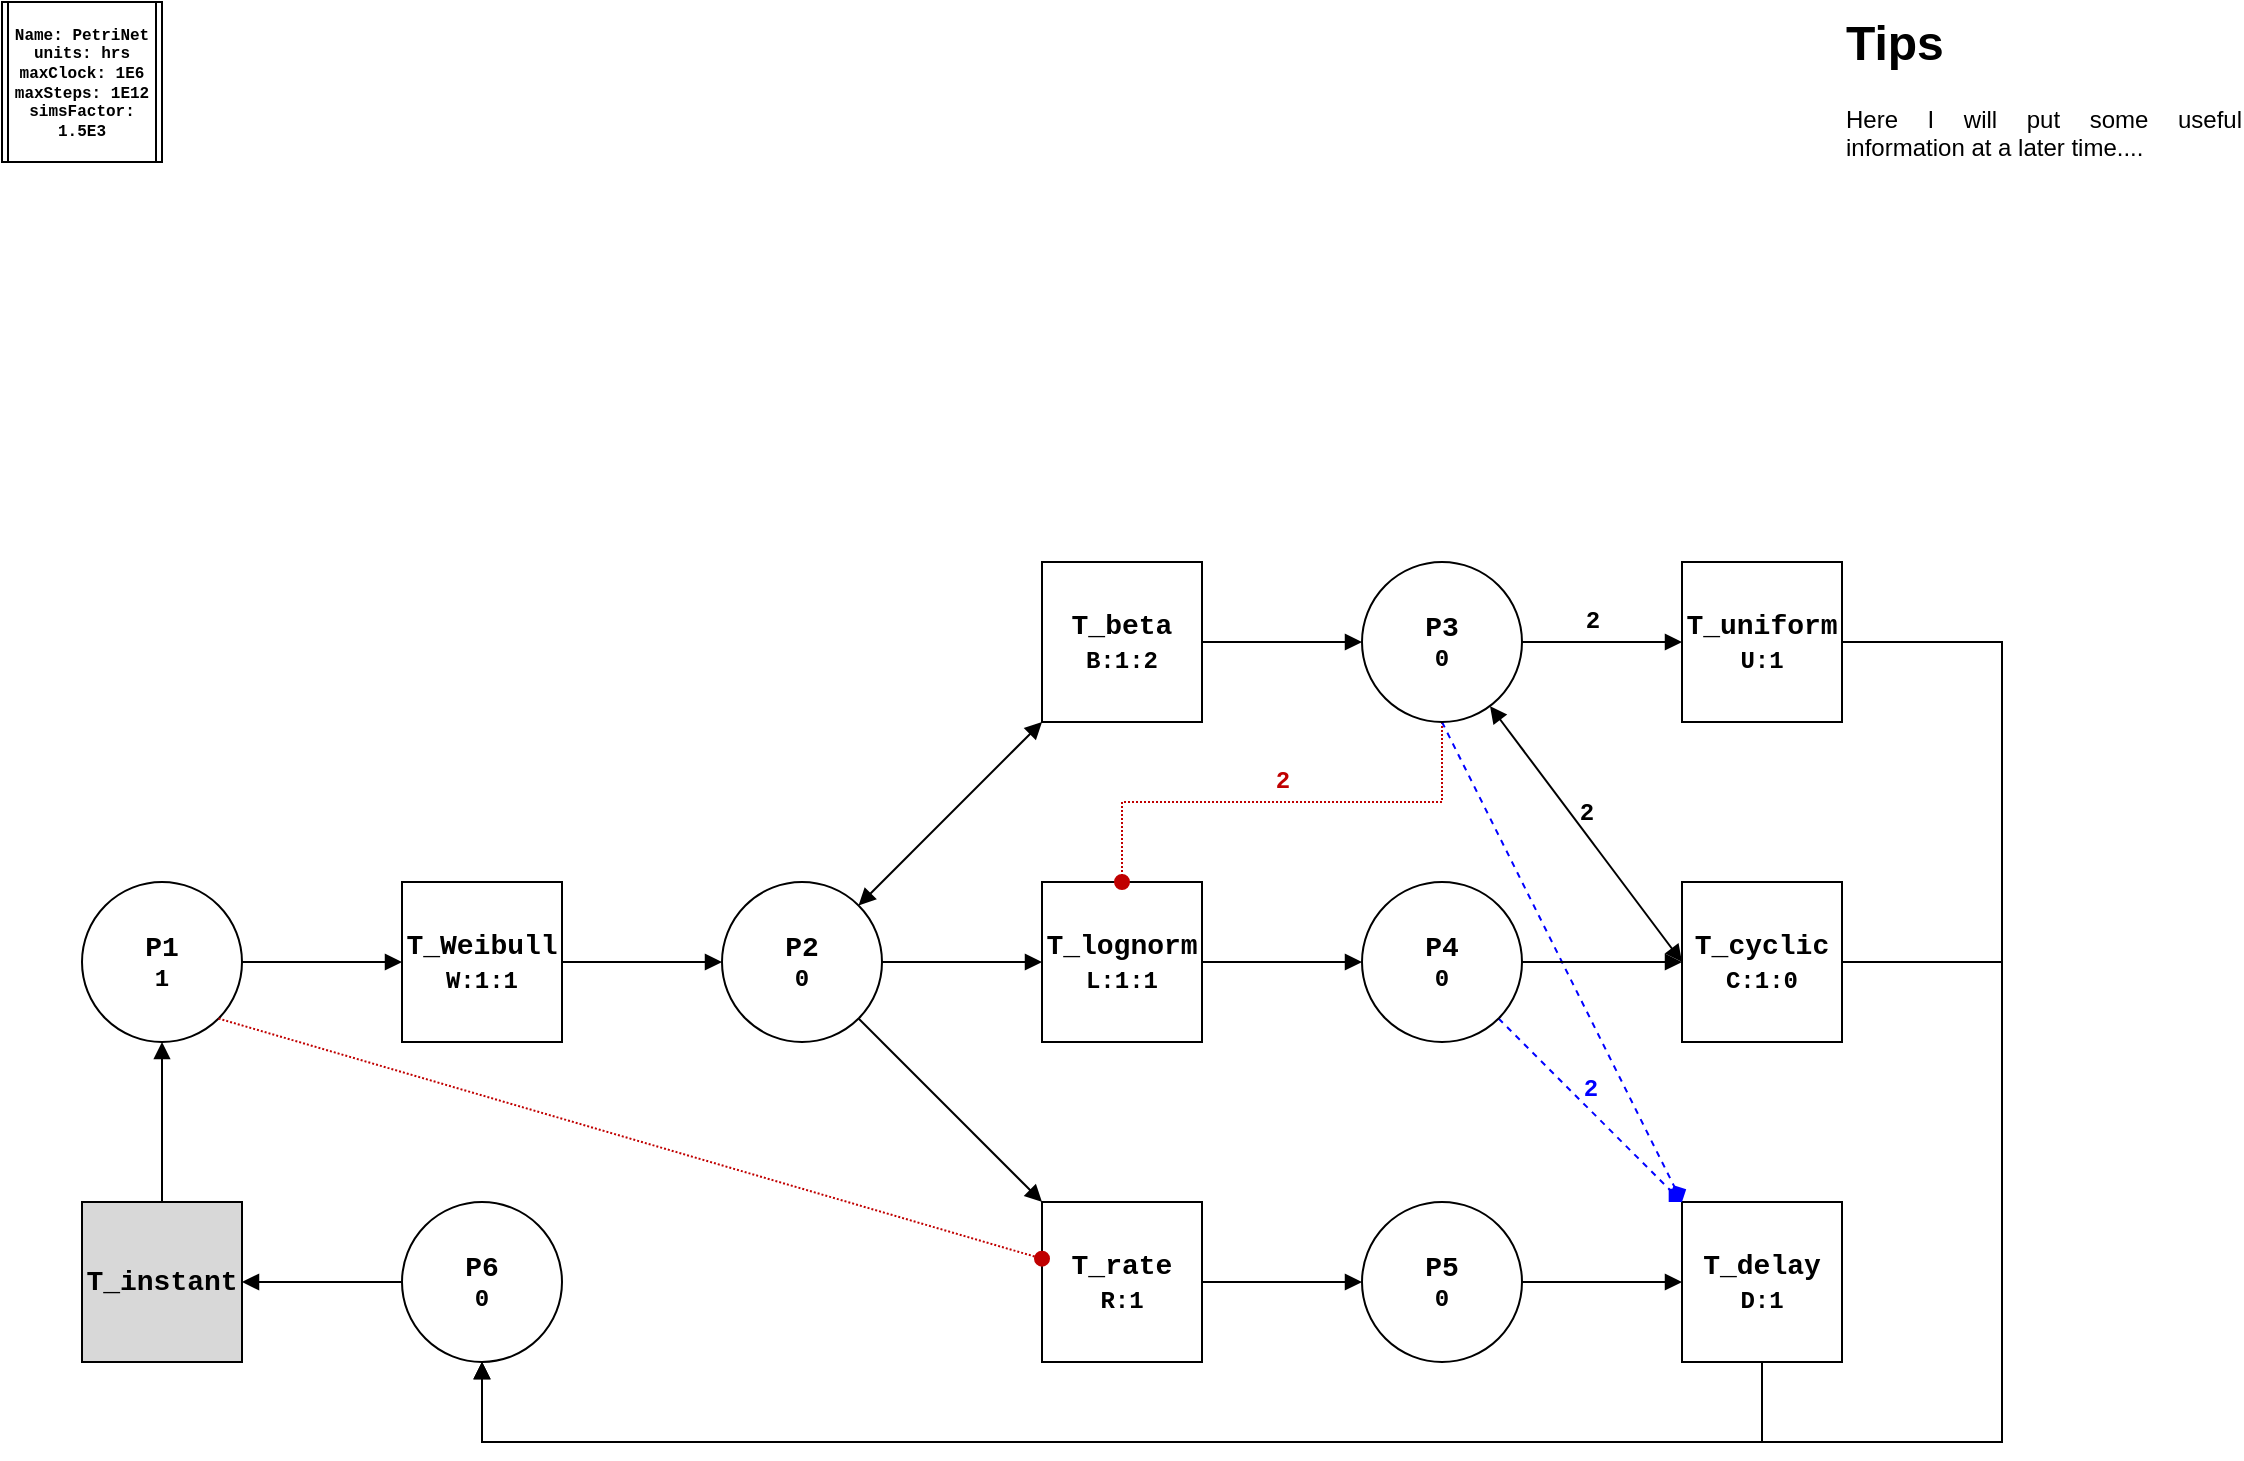
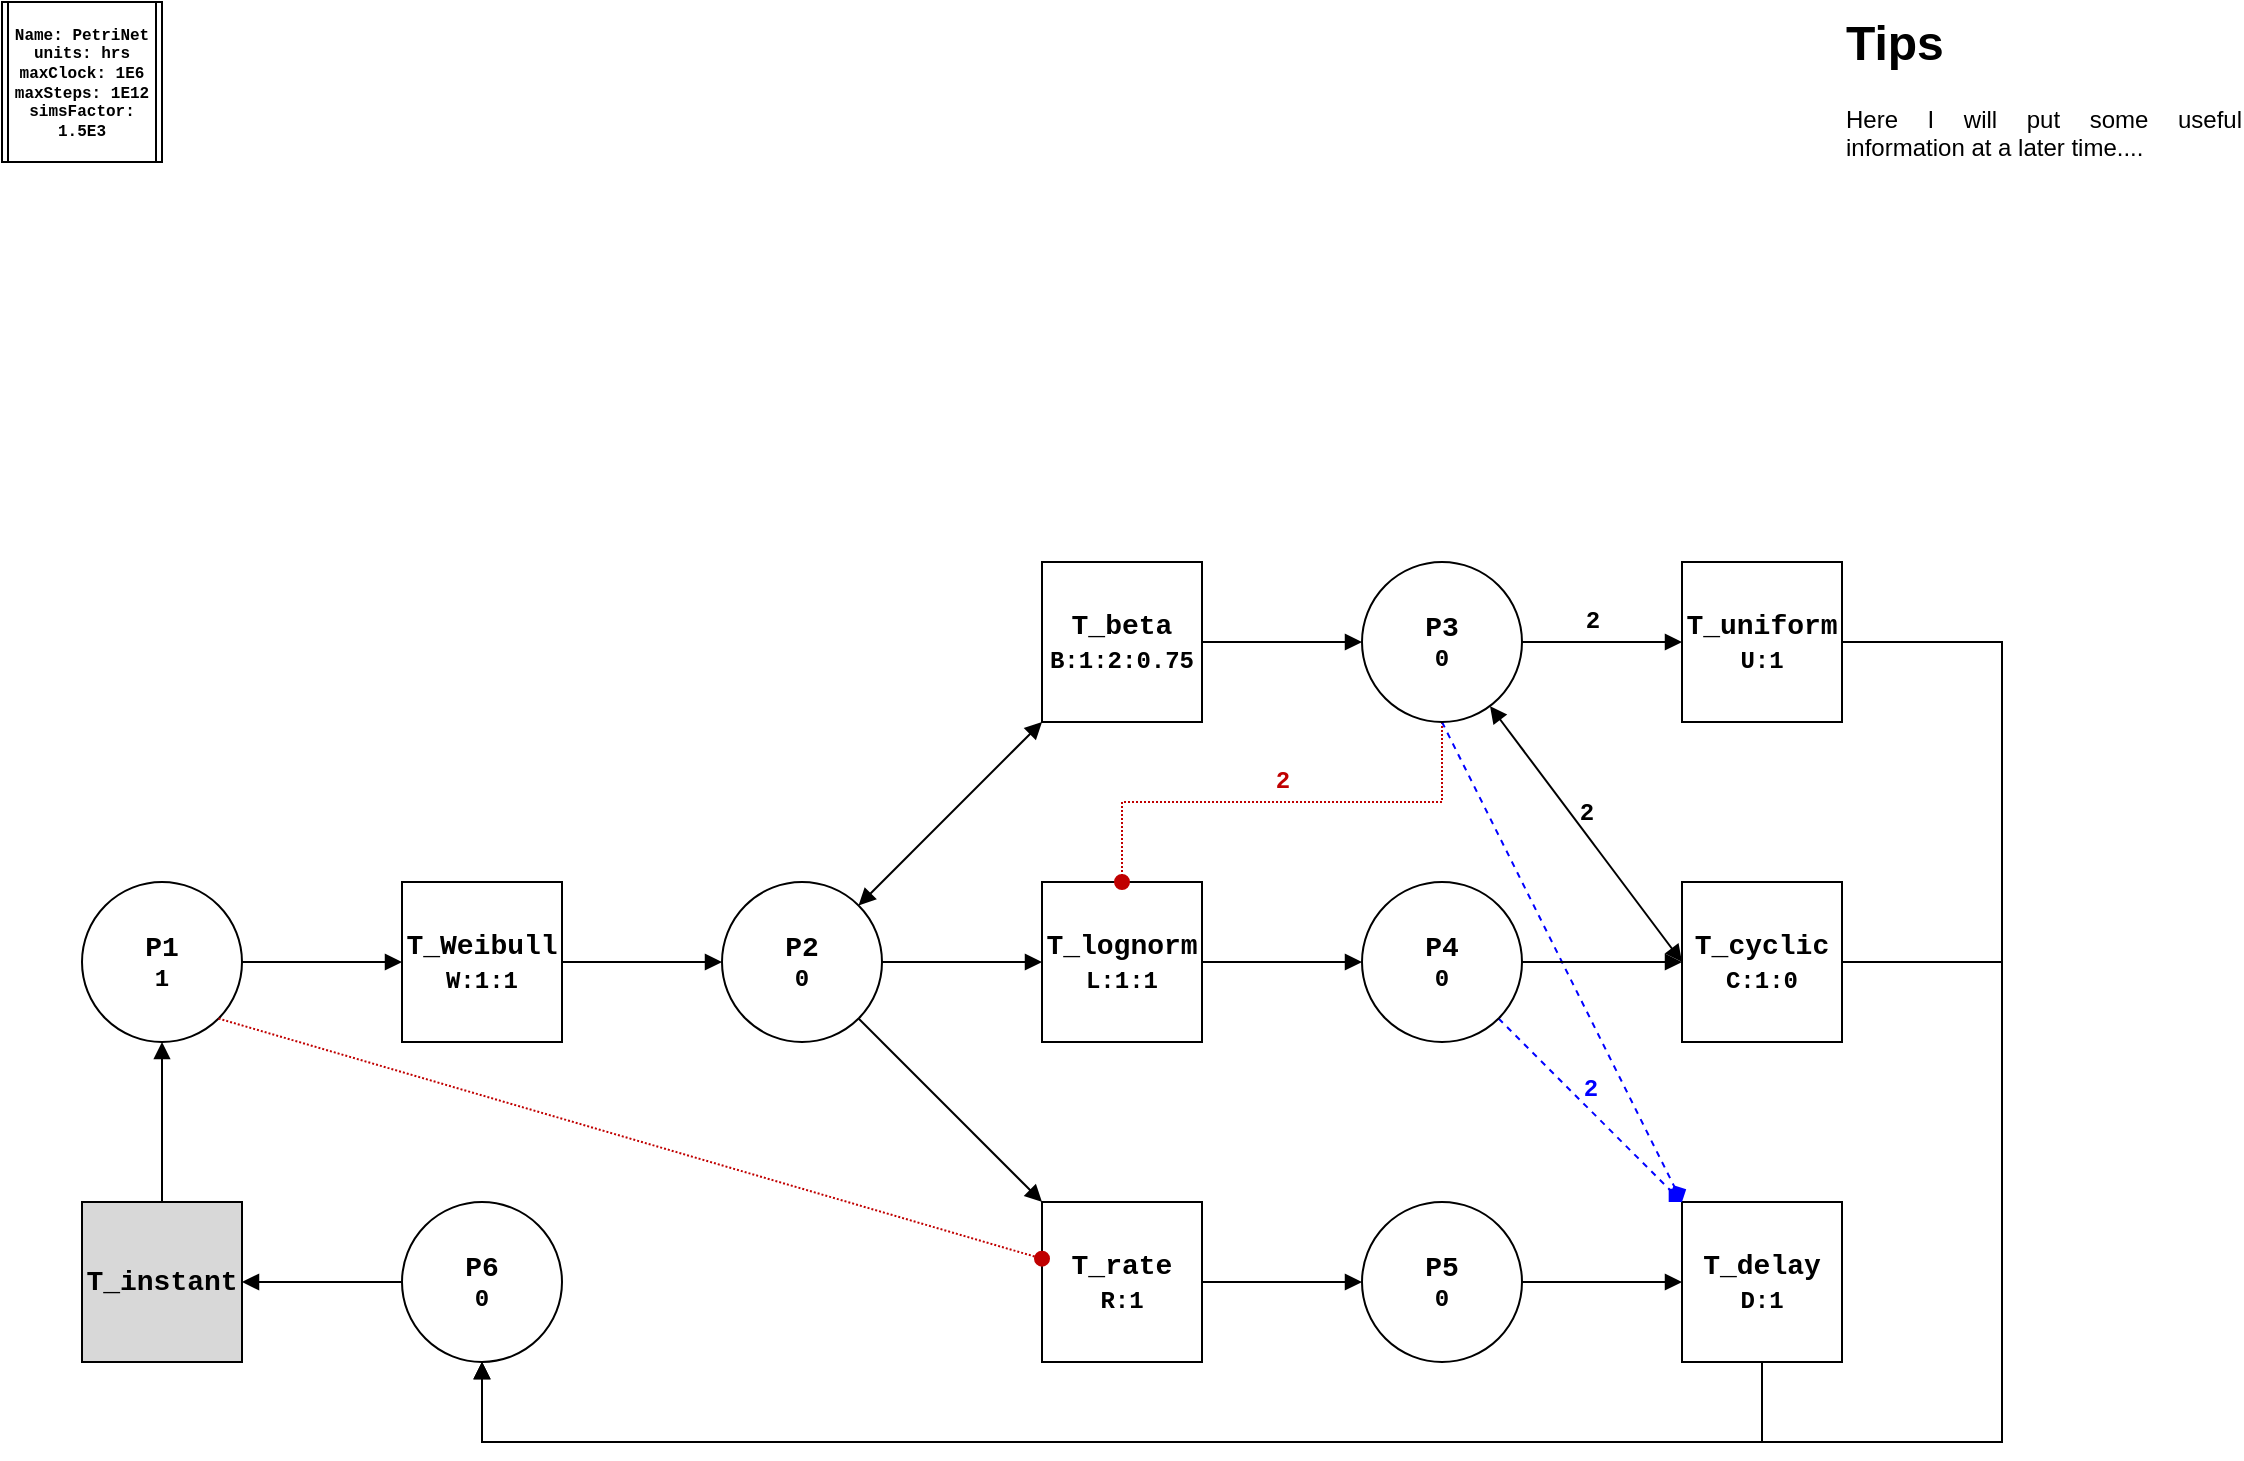
<mxfile host="Electron" agent="Mozilla/5.0 (X11; Linux x86_64) AppleWebKit/537.36 (KHTML, like Gecko) draw.io/29.6.6 Chrome/144.0.7559.236 Electron/40.8.4 Safari/537.36">
  <diagram name="Page-1" id="w09R0wPlkSaECLNgurl3">
-     <mxGraphModel dx="1258" dy="1424" grid="1" gridSize="10" guides="1" tooltips="1" connect="1" arrows="1" fold="1" page="1" pageScale="1" pageWidth="1169" pageHeight="827" math="0" shadow="0">
+     <mxGraphModel dx="1212" dy="736" grid="1" gridSize="10" guides="1" tooltips="1" connect="1" arrows="1" fold="1" page="1" pageScale="1" pageWidth="1169" pageHeight="827" math="0" shadow="0">
      <root>
        <mxCell id="0" />
        <mxCell id="1" parent="0" />
        <object label="&lt;span style=&quot;background-color: light-dark(#ffffff, var(--ge-dark-color, #121212));&quot;&gt;&lt;font style=&quot;font-size: 14px;&quot;&gt;%name%&lt;/font&gt;&lt;/span&gt;&lt;div&gt;%tokens%&lt;/div&gt;" placeholders="1" type="place" name="P1" tokens="1" min="None" max="None" limits="None" id="AhunuUh0luzD3hoNHjrG-19">
          <mxCell parent="1" style="ellipse;whiteSpace=wrap;html=1;aspect=fixed;fontFamily=Courier New;fontStyle=1" vertex="1">
            <mxGeometry height="80" width="80" x="80" y="480" as="geometry" />
          </mxCell>
        </object>
-         <object label="%name%" placeholders="1" type="transition" name="T_instant" maxFire="10" reset="P5" id="AhunuUh0luzD3hoNHjrG-21">
+         <object label="%name%" placeholders="1" type="transition" name="T_instant" maxFire="10" reset="P5" vote="None" id="AhunuUh0luzD3hoNHjrG-21">
          <mxCell parent="1" style="whiteSpace=wrap;html=1;aspect=fixed;fontFamily=Courier New;fontStyle=1;fontSize=14;fillColor=#D8D8D8;" vertex="1">
            <mxGeometry height="80" width="80" x="80" y="640" as="geometry" />
          </mxCell>
        </object>
-         <object label="%name%&lt;div&gt;&lt;font style=&quot;font-size: 12px;&quot;&gt;W:%weibull%&lt;/font&gt;&lt;/div&gt;" placeholders="1" type="transition" name="T_Weibull" maxFire="None" reset="None" weibull="1:1" id="AhunuUh0luzD3hoNHjrG-23">
+         <object label="%name%&lt;div&gt;&lt;font style=&quot;font-size: 12px;&quot;&gt;W:%weibull%&lt;/font&gt;&lt;/div&gt;" placeholders="1" type="transition" name="T_Weibull" maxFire="" reset="" weibull="1:1" vote="" id="AhunuUh0luzD3hoNHjrG-23">
          <mxCell parent="1" style="whiteSpace=wrap;html=1;aspect=fixed;fontFamily=Courier New;fontStyle=1;fontSize=14;" vertex="1">
            <mxGeometry height="80" width="80" x="240" y="480" as="geometry" />
          </mxCell>
        </object>
-         <object label="%name%&lt;div&gt;&lt;font style=&quot;font-size: 12px;&quot;&gt;L:%lognorm%&lt;/font&gt;&lt;/div&gt;" placeholders="1" type="transition" name="T_lognorm" maxFire="None" reset="None" lognorm="1:1" id="AhunuUh0luzD3hoNHjrG-24">
+         <object label="%name%&lt;div&gt;&lt;font style=&quot;font-size: 12px;&quot;&gt;L:%lognorm%&lt;/font&gt;&lt;/div&gt;" placeholders="1" type="transition" name="T_lognorm" maxFire="None" reset="None" lognorm="1:1" vote="None" id="AhunuUh0luzD3hoNHjrG-24">
          <mxCell parent="1" style="whiteSpace=wrap;html=1;aspect=fixed;fontFamily=Courier New;fontStyle=1;fontSize=14;" vertex="1">
            <mxGeometry height="80" width="80" x="560" y="480" as="geometry" />
          </mxCell>
        </object>
-         <object label="%name%&lt;div&gt;&lt;font style=&quot;font-size: 12px;&quot;&gt;U:%uniform%&lt;/font&gt;&lt;/div&gt;" placeholders="1" type="transition" name="T_uniform" maxFire="None" reset="None" uniform="1" id="AhunuUh0luzD3hoNHjrG-25">
+         <object label="%name%&lt;div&gt;&lt;font style=&quot;font-size: 12px;&quot;&gt;U:%uniform%&lt;/font&gt;&lt;/div&gt;" placeholders="1" type="transition" name="T_uniform" maxFire="" reset="" uniform="1" vote="" id="AhunuUh0luzD3hoNHjrG-25">
          <mxCell parent="1" style="whiteSpace=wrap;html=1;aspect=fixed;fontFamily=Courier New;fontStyle=1;fontSize=14;" vertex="1">
            <mxGeometry height="80" width="80" x="880" y="320" as="geometry" />
          </mxCell>
        </object>
-         <object label="%name%&lt;div&gt;&lt;font style=&quot;font-size: 12px;&quot;&gt;D:%delay%&lt;/font&gt;&lt;/div&gt;" placeholders="1" type="transition" name="T_delay" maxFire="None" reset="None" delay="1" id="AhunuUh0luzD3hoNHjrG-26">
+         <object label="%name%&lt;div&gt;&lt;font style=&quot;font-size: 12px;&quot;&gt;D:%delay%&lt;/font&gt;&lt;/div&gt;" placeholders="1" type="transition" name="T_delay" maxFire="None" reset="None" delay="1" vote="None" id="AhunuUh0luzD3hoNHjrG-26">
          <mxCell parent="1" style="whiteSpace=wrap;html=1;aspect=fixed;fontFamily=Courier New;fontStyle=1;fontSize=14;" vertex="1">
            <mxGeometry height="80" width="80" x="880" y="640" as="geometry" />
          </mxCell>
        </object>
-         <object label="%name%&lt;div&gt;&lt;font style=&quot;font-size: 12px;&quot;&gt;R:%rate%&lt;/font&gt;&lt;/div&gt;" placeholders="1" type="transition" name="T_rate" maxFire="None" reset="None" rate="1" id="AhunuUh0luzD3hoNHjrG-27">
+         <object label="%name%&lt;div&gt;&lt;font style=&quot;font-size: 12px;&quot;&gt;R:%rate%&lt;/font&gt;&lt;/div&gt;" placeholders="1" type="transition" name="T_rate" maxFire="None" reset="None" rate="1" vote="None" id="AhunuUh0luzD3hoNHjrG-27">
          <mxCell parent="1" style="whiteSpace=wrap;html=1;aspect=fixed;fontFamily=Courier New;fontStyle=1;fontSize=14;" vertex="1">
            <mxGeometry height="80" width="80" x="560" y="640" as="geometry" />
          </mxCell>
        </object>
-         <object label="%name%&lt;div&gt;&lt;font style=&quot;font-size: 12px;&quot;&gt;B:%beta%&lt;/font&gt;&lt;/div&gt;" placeholders="1" type="transition" name="T_beta" maxFire="None" reset="None" beta="1:2" id="AhunuUh0luzD3hoNHjrG-28">
+         <object label="%name%&lt;div&gt;&lt;font style=&quot;font-size: 12px;&quot;&gt;B:%beta%&lt;/font&gt;&lt;/div&gt;" placeholders="1" type="transition" name="T_beta" maxFire="" reset="" beta="1:2:0.75" vote="1" id="AhunuUh0luzD3hoNHjrG-28">
          <mxCell parent="1" style="whiteSpace=wrap;html=1;aspect=fixed;fontFamily=Courier New;fontStyle=1;fontSize=14;" vertex="1">
            <mxGeometry height="80" width="80" x="560" y="320" as="geometry" />
          </mxCell>
        </object>
-         <object label="%name%&lt;div&gt;&lt;font style=&quot;font-size: 12px;&quot;&gt;C:%cyclic%&lt;/font&gt;&lt;/div&gt;" placeholders="1" type="transition" name="T_cyclic" maxFire="None" reset="None" cyclic="1:0" id="AhunuUh0luzD3hoNHjrG-29">
+         <object label="%name%&lt;div&gt;&lt;font style=&quot;font-size: 12px;&quot;&gt;C:%cyclic%&lt;/font&gt;&lt;/div&gt;" placeholders="1" type="transition" name="T_cyclic" maxFire="None" reset="None" cyclic="1:0" vote="None" id="AhunuUh0luzD3hoNHjrG-29">
          <mxCell parent="1" style="whiteSpace=wrap;html=1;aspect=fixed;fontFamily=Courier New;fontStyle=1;fontSize=14;" vertex="1">
            <mxGeometry height="80" width="80" x="880" y="480" as="geometry" />
          </mxCell>
        </object>
        <object label="" placeholders="1" type="std" id="AhunuUh0luzD3hoNHjrG-30">
          <mxCell edge="1" parent="1" source="wsM1szZGNflLg2N1G0hv-8" style="endArrow=block;html=1;rounded=0;fontFamily=Courier New;fontStyle=1;fontSize=12;endFill=1;entryX=0;entryY=0.5;entryDx=0;entryDy=0;exitX=0.875;exitY=0.5;exitDx=0;exitDy=0;exitPerimeter=0;" target="AhunuUh0luzD3hoNHjrG-25">
            <mxGeometry relative="1" as="geometry">
              <mxPoint x="40" y="199.43" as="sourcePoint" />
              <mxPoint x="850" y="300" as="targetPoint" />
            </mxGeometry>
          </mxCell>
        </object>
        <object label="%weight%" placeholders="1" weight="2" id="AhunuUh0luzD3hoNHjrG-31">
          <mxCell connectable="0" parent="AhunuUh0luzD3hoNHjrG-30" style="edgeLabel;resizable=0;html=1;;align=center;verticalAlign=middle;labelBackgroundColor=none;fontFamily=Courier New;fontStyle=1;fontSize=12;" vertex="1">
            <mxGeometry relative="1" as="geometry">
              <mxPoint y="-10" as="offset" />
            </mxGeometry>
          </mxCell>
        </object>
        <object label="" placeholders="1" type="tst" id="AhunuUh0luzD3hoNHjrG-36">
          <mxCell edge="1" parent="1" source="wsM1szZGNflLg2N1G0hv-1" style="endArrow=block;html=1;rounded=0;fontFamily=Courier New;fontStyle=1;fontSize=12;endFill=1;startArrow=block;startFill=1;" target="AhunuUh0luzD3hoNHjrG-28">
            <mxGeometry relative="1" as="geometry">
              <mxPoint x="40" y="239.71" as="sourcePoint" />
              <mxPoint x="120" y="240" as="targetPoint" />
            </mxGeometry>
          </mxCell>
        </object>
        <object label="%weight%" placeholders="1" weight="" id="AhunuUh0luzD3hoNHjrG-37">
          <mxCell connectable="0" parent="AhunuUh0luzD3hoNHjrG-36" style="edgeLabel;resizable=0;html=1;;align=center;verticalAlign=middle;labelBackgroundColor=none;fontFamily=Courier New;fontStyle=1;fontSize=12;" vertex="1">
            <mxGeometry relative="1" as="geometry">
              <mxPoint y="-10" as="offset" />
            </mxGeometry>
          </mxCell>
        </object>
        <object label="" placeholders="1" type="tst" id="AhunuUh0luzD3hoNHjrG-40">
          <mxCell edge="1" parent="1" source="wsM1szZGNflLg2N1G0hv-8" style="endArrow=block;html=1;rounded=0;fontFamily=Courier New;fontStyle=1;fontSize=12;endFill=1;startArrow=block;startFill=1;entryX=0;entryY=0.5;entryDx=0;entryDy=0;" target="AhunuUh0luzD3hoNHjrG-29">
            <mxGeometry relative="1" as="geometry">
              <mxPoint x="250" y="340" as="sourcePoint" />
              <mxPoint x="330" y="340.57" as="targetPoint" />
            </mxGeometry>
          </mxCell>
        </object>
        <object label="%weight%" placeholders="1" weight="2" id="AhunuUh0luzD3hoNHjrG-41">
          <mxCell connectable="0" parent="AhunuUh0luzD3hoNHjrG-40" style="edgeLabel;resizable=0;html=1;;align=center;verticalAlign=middle;labelBackgroundColor=none;fontFamily=Courier New;fontStyle=1;fontSize=12;" vertex="1">
            <mxGeometry relative="1" as="geometry">
              <mxPoint y="-10" as="offset" />
            </mxGeometry>
          </mxCell>
        </object>
        <object label="" placeholders="1" type="inh" id="AhunuUh0luzD3hoNHjrG-44">
          <mxCell edge="1" parent="1" source="wsM1szZGNflLg2N1G0hv-8" style="endArrow=oval;html=1;rounded=0;fontFamily=Courier New;fontStyle=1;fontSize=12;endFill=1;strokeColor=#C00000;fontColor=#C00000;endSize=7;dashed=1;dashPattern=1 1;edgeStyle=orthogonalEdgeStyle;" target="AhunuUh0luzD3hoNHjrG-24">
            <mxGeometry relative="1" as="geometry">
              <Array as="points">
                <mxPoint x="760" y="440" />
                <mxPoint x="600" y="440" />
              </Array>
              <mxPoint x="200" y="200" as="sourcePoint" />
              <mxPoint x="280" y="200" as="targetPoint" />
            </mxGeometry>
          </mxCell>
        </object>
        <object label="%weight%" placeholders="1" weight="2" id="AhunuUh0luzD3hoNHjrG-45">
          <mxCell connectable="0" parent="AhunuUh0luzD3hoNHjrG-44" style="edgeLabel;resizable=0;html=1;;align=center;verticalAlign=middle;labelBackgroundColor=none;fontFamily=Courier New;fontStyle=1;fontSize=12;fontColor=#C00000;" vertex="1">
            <mxGeometry relative="1" as="geometry">
              <mxPoint y="-10" as="offset" />
            </mxGeometry>
          </mxCell>
        </object>
        <object label="" placeholders="1" type="pcn" id="AhunuUh0luzD3hoNHjrG-48">
          <mxCell edge="1" parent="1" source="wsM1szZGNflLg2N1G0hv-9" style="endArrow=diamond;html=1;rounded=0;fontFamily=Courier New;fontStyle=1;fontSize=12;endFill=1;strokeColor=#0000FF;fontColor=#C00000;endSize=7;dashed=1;entryX=0;entryY=0;entryDx=0;entryDy=0;exitX=1;exitY=1;exitDx=0;exitDy=0;" target="AhunuUh0luzD3hoNHjrG-26">
            <mxGeometry relative="1" as="geometry">
              <mxPoint x="200" y="280" as="sourcePoint" />
              <mxPoint x="280" y="280" as="targetPoint" />
            </mxGeometry>
          </mxCell>
        </object>
        <object label="%weight%" placeholders="1" weight="2" id="AhunuUh0luzD3hoNHjrG-49">
          <mxCell connectable="0" parent="AhunuUh0luzD3hoNHjrG-48" style="edgeLabel;resizable=0;html=1;;align=center;verticalAlign=middle;labelBackgroundColor=none;fontFamily=Courier New;fontStyle=1;fontSize=12;fontColor=#0000FF;" vertex="1">
            <mxGeometry relative="1" as="geometry">
              <mxPoint y="-10" as="offset" />
            </mxGeometry>
          </mxCell>
        </object>
        <object label="" placeholders="1" type="pcn" id="AhunuUh0luzD3hoNHjrG-52">
          <mxCell edge="1" parent="1" source="wsM1szZGNflLg2N1G0hv-8" style="endArrow=diamond;html=1;rounded=0;fontFamily=Courier New;fontStyle=1;fontSize=12;endFill=1;strokeColor=#0000FF;fontColor=#C00000;endSize=7;dashed=1;targetPerimeterSpacing=0;strokeWidth=1;entryX=0;entryY=0;entryDx=0;entryDy=0;exitX=0.5;exitY=1;exitDx=0;exitDy=0;" target="AhunuUh0luzD3hoNHjrG-26">
            <mxGeometry relative="1" as="geometry">
              <mxPoint x="200" y="240" as="sourcePoint" />
              <mxPoint x="910" y="620" as="targetPoint" />
            </mxGeometry>
          </mxCell>
        </object>
        <object label="%weight%" placeholders="1" weight="" id="AhunuUh0luzD3hoNHjrG-53">
          <mxCell connectable="0" parent="AhunuUh0luzD3hoNHjrG-52" style="edgeLabel;resizable=0;html=1;;align=center;verticalAlign=middle;labelBackgroundColor=none;fontFamily=Courier New;fontStyle=1;fontSize=12;fontColor=#0000FF;" vertex="1">
            <mxGeometry relative="1" as="geometry">
              <mxPoint y="-10" as="offset" />
            </mxGeometry>
          </mxCell>
        </object>
        <object label="&lt;font&gt;&lt;b style=&quot;&quot;&gt;Name: %name%&lt;/b&gt;&lt;/font&gt;&lt;div&gt;&lt;b style=&quot;background-color: transparent; color: light-dark(rgb(0, 0, 0), rgb(255, 255, 255));&quot;&gt;units: %units%&lt;/b&gt;&lt;/div&gt;&lt;div&gt;&lt;b style=&quot;background-color: transparent; color: light-dark(rgb(0, 0, 0), rgb(255, 255, 255));&quot;&gt;maxClock: %maxClock%&lt;/b&gt;&lt;/div&gt;&lt;div&gt;&lt;b style=&quot;color: light-dark(rgb(0, 0, 0), rgb(255, 255, 255)); background-color: transparent;&quot;&gt;maxSteps: %maxSteps%&lt;/b&gt;&lt;/div&gt;&lt;div&gt;&lt;b style=&quot;color: light-dark(rgb(0, 0, 0), rgb(255, 255, 255)); background-color: transparent;&quot;&gt;simsFactor: %simsFactor%&lt;/b&gt;&lt;/div&gt;" type="properties" name="PetriNet" units="hrs" maxClock="1E6" maxSteps="1E12" simsFactor="1.5E3" placeholders="1" id="AhunuUh0luzD3hoNHjrG-54">
          <mxCell parent="1" style="shape=process;html=1;backgroundOutline=1;fontFamily=Courier New;autosizeText=1;fontSize=8;whiteSpace=wrap;size=0.03810492621527759;" vertex="1">
            <mxGeometry height="80" width="80" x="40" y="40" as="geometry" />
          </mxCell>
        </object>
        <mxCell id="AhunuUh0luzD3hoNHjrG-55" parent="1" style="text;html=1;whiteSpace=wrap;overflow=hidden;rounded=0;" value="&lt;h1 style=&quot;margin-top: 0px;&quot;&gt;Tips&lt;/h1&gt;&lt;p style=&quot;text-align: justify;&quot;&gt;Here I will put some useful information at a later time....&lt;/p&gt;" vertex="1">
          <mxGeometry height="240" width="200" x="960" y="40" as="geometry" />
        </mxCell>
        <object label="&lt;span style=&quot;background-color: light-dark(#ffffff, var(--ge-dark-color, #121212));&quot;&gt;&lt;font style=&quot;font-size: 14px;&quot;&gt;%name%&lt;/font&gt;&lt;/span&gt;&lt;div&gt;%tokens%&lt;/div&gt;" placeholders="1" type="place" name="P2" tokens="0" min="None" max="None" limits="None" id="wsM1szZGNflLg2N1G0hv-1">
          <mxCell parent="1" style="ellipse;whiteSpace=wrap;html=1;aspect=fixed;fontFamily=Courier New;fontStyle=1" vertex="1">
            <mxGeometry height="80" width="80" x="400" y="480" as="geometry" />
          </mxCell>
        </object>
        <object label="" placeholders="1" type="std" id="wsM1szZGNflLg2N1G0hv-2">
          <mxCell edge="1" parent="1" source="AhunuUh0luzD3hoNHjrG-19" style="endArrow=block;html=1;rounded=0;fontFamily=Courier New;fontStyle=1;fontSize=12;endFill=1;" target="AhunuUh0luzD3hoNHjrG-23">
            <mxGeometry relative="1" as="geometry">
              <mxPoint x="160" y="370" as="sourcePoint" />
              <mxPoint x="240" y="370" as="targetPoint" />
            </mxGeometry>
          </mxCell>
        </object>
        <object label="%weight%" placeholders="1" weight="" id="wsM1szZGNflLg2N1G0hv-3">
          <mxCell connectable="0" parent="wsM1szZGNflLg2N1G0hv-2" style="edgeLabel;resizable=0;html=1;;align=center;verticalAlign=middle;labelBackgroundColor=none;fontFamily=Courier New;fontStyle=1;fontSize=12;" vertex="1">
            <mxGeometry relative="1" as="geometry">
              <mxPoint y="-10" as="offset" />
            </mxGeometry>
          </mxCell>
        </object>
        <object label="" placeholders="1" type="std" id="wsM1szZGNflLg2N1G0hv-4">
          <mxCell edge="1" parent="1" source="AhunuUh0luzD3hoNHjrG-23" style="endArrow=block;html=1;rounded=0;fontFamily=Courier New;fontStyle=1;fontSize=12;endFill=1;" target="wsM1szZGNflLg2N1G0hv-1">
            <mxGeometry relative="1" as="geometry">
              <mxPoint x="400" y="340" as="sourcePoint" />
              <mxPoint x="410" y="400" as="targetPoint" />
            </mxGeometry>
          </mxCell>
        </object>
        <object label="%weight%" placeholders="1" weight="" id="wsM1szZGNflLg2N1G0hv-5">
          <mxCell connectable="0" parent="wsM1szZGNflLg2N1G0hv-4" style="edgeLabel;resizable=0;html=1;;align=center;verticalAlign=middle;labelBackgroundColor=none;fontFamily=Courier New;fontStyle=1;fontSize=12;" vertex="1">
            <mxGeometry relative="1" as="geometry">
              <mxPoint y="-10" as="offset" />
            </mxGeometry>
          </mxCell>
        </object>
        <object label="" placeholders="1" type="std" id="wsM1szZGNflLg2N1G0hv-6">
          <mxCell edge="1" parent="1" source="wsM1szZGNflLg2N1G0hv-1" style="endArrow=block;html=1;rounded=0;fontFamily=Courier New;fontStyle=1;fontSize=12;endFill=1;" target="AhunuUh0luzD3hoNHjrG-24">
            <mxGeometry relative="1" as="geometry">
              <mxPoint x="440" y="390" as="sourcePoint" />
              <mxPoint x="520" y="390" as="targetPoint" />
            </mxGeometry>
          </mxCell>
        </object>
        <object label="%weight%" placeholders="1" weight="" id="wsM1szZGNflLg2N1G0hv-7">
          <mxCell connectable="0" parent="wsM1szZGNflLg2N1G0hv-6" style="edgeLabel;resizable=0;html=1;;align=center;verticalAlign=middle;labelBackgroundColor=none;fontFamily=Courier New;fontStyle=1;fontSize=12;" vertex="1">
            <mxGeometry relative="1" as="geometry">
              <mxPoint y="-10" as="offset" />
            </mxGeometry>
          </mxCell>
        </object>
        <object label="&lt;span style=&quot;background-color: light-dark(#ffffff, var(--ge-dark-color, #121212));&quot;&gt;&lt;font style=&quot;font-size: 14px;&quot;&gt;%name%&lt;/font&gt;&lt;/span&gt;&lt;div&gt;%tokens%&lt;/div&gt;" placeholders="1" type="place" name="P3" tokens="0" min="None" max="None" limits="2:3" id="wsM1szZGNflLg2N1G0hv-8">
          <mxCell parent="1" style="ellipse;whiteSpace=wrap;html=1;aspect=fixed;fontFamily=Courier New;fontStyle=1" vertex="1">
            <mxGeometry height="80" width="80" x="720" y="320" as="geometry" />
          </mxCell>
        </object>
        <object label="&lt;span style=&quot;background-color: light-dark(#ffffff, var(--ge-dark-color, #121212));&quot;&gt;&lt;font style=&quot;font-size: 14px;&quot;&gt;%name%&lt;/font&gt;&lt;/span&gt;&lt;div&gt;%tokens%&lt;/div&gt;" placeholders="1" type="place" name="P4" tokens="0" min="None" max="None" limits="None" id="wsM1szZGNflLg2N1G0hv-9">
          <mxCell parent="1" style="ellipse;whiteSpace=wrap;html=1;aspect=fixed;fontFamily=Courier New;fontStyle=1" vertex="1">
            <mxGeometry height="80" width="80" x="720" y="480" as="geometry" />
          </mxCell>
        </object>
        <object label="&lt;span style=&quot;background-color: light-dark(#ffffff, var(--ge-dark-color, #121212));&quot;&gt;&lt;font style=&quot;font-size: 14px;&quot;&gt;%name%&lt;/font&gt;&lt;/span&gt;&lt;div&gt;%tokens%&lt;/div&gt;" placeholders="1" type="place" name="P5" tokens="0" min="None" max="None" limits="None" id="wsM1szZGNflLg2N1G0hv-10">
          <mxCell parent="1" style="ellipse;whiteSpace=wrap;html=1;aspect=fixed;fontFamily=Courier New;fontStyle=1" vertex="1">
            <mxGeometry height="80" width="80" x="720" y="640" as="geometry" />
          </mxCell>
        </object>
        <object label="" placeholders="1" type="std" id="wsM1szZGNflLg2N1G0hv-11">
          <mxCell edge="1" parent="1" source="AhunuUh0luzD3hoNHjrG-28" style="endArrow=block;html=1;rounded=0;fontFamily=Courier New;fontStyle=1;fontSize=12;endFill=1;" target="wsM1szZGNflLg2N1G0hv-8">
            <mxGeometry relative="1" as="geometry">
              <mxPoint x="440" y="330" as="sourcePoint" />
              <mxPoint x="520" y="330" as="targetPoint" />
            </mxGeometry>
          </mxCell>
        </object>
        <object label="%weight%" placeholders="1" weight="" id="wsM1szZGNflLg2N1G0hv-12">
          <mxCell connectable="0" parent="wsM1szZGNflLg2N1G0hv-11" style="edgeLabel;resizable=0;html=1;;align=center;verticalAlign=middle;labelBackgroundColor=none;fontFamily=Courier New;fontStyle=1;fontSize=12;" vertex="1">
            <mxGeometry relative="1" as="geometry">
              <mxPoint y="-10" as="offset" />
            </mxGeometry>
          </mxCell>
        </object>
        <object label="" placeholders="1" type="std" id="wsM1szZGNflLg2N1G0hv-13">
          <mxCell edge="1" parent="1" source="wsM1szZGNflLg2N1G0hv-1" style="endArrow=block;html=1;rounded=0;fontFamily=Courier New;fontStyle=1;fontSize=12;endFill=1;" target="AhunuUh0luzD3hoNHjrG-27">
            <mxGeometry relative="1" as="geometry">
              <mxPoint x="480" y="580" as="sourcePoint" />
              <mxPoint x="560" y="580" as="targetPoint" />
            </mxGeometry>
          </mxCell>
        </object>
        <object label="%weight%" placeholders="1" weight="" id="wsM1szZGNflLg2N1G0hv-14">
          <mxCell connectable="0" parent="wsM1szZGNflLg2N1G0hv-13" style="edgeLabel;resizable=0;html=1;;align=center;verticalAlign=middle;labelBackgroundColor=none;fontFamily=Courier New;fontStyle=1;fontSize=12;" vertex="1">
            <mxGeometry relative="1" as="geometry">
              <mxPoint y="-10" as="offset" />
            </mxGeometry>
          </mxCell>
        </object>
        <object label="" placeholders="1" type="inh" id="wsM1szZGNflLg2N1G0hv-15">
          <mxCell edge="1" parent="1" source="AhunuUh0luzD3hoNHjrG-19" style="endArrow=oval;html=1;rounded=0;fontFamily=Courier New;fontStyle=1;fontSize=12;endFill=1;strokeColor=#C00000;fontColor=#C00000;endSize=7;dashed=1;dashPattern=1 1;exitX=1;exitY=1;exitDx=0;exitDy=0;" target="AhunuUh0luzD3hoNHjrG-27">
            <mxGeometry relative="1" as="geometry">
              <mxPoint x="220" y="590" as="sourcePoint" />
              <mxPoint x="300" y="590" as="targetPoint" />
            </mxGeometry>
          </mxCell>
        </object>
        <object label="%weight%" placeholders="1" weight="" id="wsM1szZGNflLg2N1G0hv-16">
          <mxCell connectable="0" parent="wsM1szZGNflLg2N1G0hv-15" style="edgeLabel;resizable=0;html=1;;align=center;verticalAlign=middle;labelBackgroundColor=none;fontFamily=Courier New;fontStyle=1;fontSize=12;fontColor=#C00000;" vertex="1">
            <mxGeometry relative="1" as="geometry">
              <mxPoint y="-10" as="offset" />
            </mxGeometry>
          </mxCell>
        </object>
        <object label="" placeholders="1" type="std" id="wsM1szZGNflLg2N1G0hv-18">
          <mxCell edge="1" parent="1" source="AhunuUh0luzD3hoNHjrG-24" style="endArrow=block;html=1;rounded=0;fontFamily=Courier New;fontStyle=1;fontSize=12;endFill=1;entryX=0;entryY=0.5;entryDx=0;entryDy=0;" target="wsM1szZGNflLg2N1G0hv-9">
            <mxGeometry relative="1" as="geometry">
              <mxPoint x="380" y="280" as="sourcePoint" />
              <mxPoint x="460" y="280" as="targetPoint" />
            </mxGeometry>
          </mxCell>
        </object>
        <object label="%weight%" placeholders="1" weight="" id="wsM1szZGNflLg2N1G0hv-19">
          <mxCell connectable="0" parent="wsM1szZGNflLg2N1G0hv-18" style="edgeLabel;resizable=0;html=1;;align=center;verticalAlign=middle;labelBackgroundColor=none;fontFamily=Courier New;fontStyle=1;fontSize=12;" vertex="1">
            <mxGeometry relative="1" as="geometry">
              <mxPoint y="-10" as="offset" />
            </mxGeometry>
          </mxCell>
        </object>
        <object label="" placeholders="1" type="std" id="wsM1szZGNflLg2N1G0hv-20">
          <mxCell edge="1" parent="1" source="wsM1szZGNflLg2N1G0hv-9" style="endArrow=block;html=1;rounded=0;fontFamily=Courier New;fontStyle=1;fontSize=12;endFill=1;exitX=1;exitY=0.5;exitDx=0;exitDy=0;entryX=0;entryY=0.5;entryDx=0;entryDy=0;" target="AhunuUh0luzD3hoNHjrG-29">
            <mxGeometry relative="1" as="geometry">
              <mxPoint x="930" y="430" as="sourcePoint" />
              <mxPoint x="1010" y="430" as="targetPoint" />
            </mxGeometry>
          </mxCell>
        </object>
        <object label="%weight%" placeholders="1" weight="" id="wsM1szZGNflLg2N1G0hv-21">
          <mxCell connectable="0" parent="wsM1szZGNflLg2N1G0hv-20" style="edgeLabel;resizable=0;html=1;;align=center;verticalAlign=middle;labelBackgroundColor=none;fontFamily=Courier New;fontStyle=1;fontSize=12;" vertex="1">
            <mxGeometry relative="1" as="geometry">
              <mxPoint y="-10" as="offset" />
            </mxGeometry>
          </mxCell>
        </object>
        <object label="" placeholders="1" type="std" id="wsM1szZGNflLg2N1G0hv-22">
          <mxCell edge="1" parent="1" source="AhunuUh0luzD3hoNHjrG-27" style="endArrow=block;html=1;rounded=0;fontFamily=Courier New;fontStyle=1;fontSize=12;endFill=1;exitX=1;exitY=0.5;exitDx=0;exitDy=0;" target="wsM1szZGNflLg2N1G0hv-10">
            <mxGeometry relative="1" as="geometry">
              <mxPoint x="570" y="780" as="sourcePoint" />
              <mxPoint x="650" y="780" as="targetPoint" />
            </mxGeometry>
          </mxCell>
        </object>
        <object label="%weight%" placeholders="1" weight="" id="wsM1szZGNflLg2N1G0hv-23">
          <mxCell connectable="0" parent="wsM1szZGNflLg2N1G0hv-22" style="edgeLabel;resizable=0;html=1;;align=center;verticalAlign=middle;labelBackgroundColor=none;fontFamily=Courier New;fontStyle=1;fontSize=12;" vertex="1">
            <mxGeometry relative="1" as="geometry">
              <mxPoint y="-10" as="offset" />
            </mxGeometry>
          </mxCell>
        </object>
        <object label="" placeholders="1" type="std" id="wsM1szZGNflLg2N1G0hv-24">
          <mxCell edge="1" parent="1" source="wsM1szZGNflLg2N1G0hv-10" style="endArrow=block;html=1;rounded=0;fontFamily=Courier New;fontStyle=1;fontSize=12;endFill=1;" target="AhunuUh0luzD3hoNHjrG-26">
            <mxGeometry relative="1" as="geometry">
              <mxPoint x="680" y="800" as="sourcePoint" />
              <mxPoint x="760" y="800" as="targetPoint" />
            </mxGeometry>
          </mxCell>
        </object>
        <object label="%weight%" placeholders="1" weight="" id="wsM1szZGNflLg2N1G0hv-25">
          <mxCell connectable="0" parent="wsM1szZGNflLg2N1G0hv-24" style="edgeLabel;resizable=0;html=1;;align=center;verticalAlign=middle;labelBackgroundColor=none;fontFamily=Courier New;fontStyle=1;fontSize=12;" vertex="1">
            <mxGeometry relative="1" as="geometry">
              <mxPoint y="-10" as="offset" />
            </mxGeometry>
          </mxCell>
        </object>
        <object label="&lt;span style=&quot;background-color: light-dark(#ffffff, var(--ge-dark-color, #121212));&quot;&gt;&lt;font style=&quot;font-size: 14px;&quot;&gt;%name%&lt;/font&gt;&lt;/span&gt;&lt;div&gt;%tokens%&lt;/div&gt;" placeholders="1" type="place" name="P6" tokens="0" min="0" max="100" limits="None" id="wsM1szZGNflLg2N1G0hv-26">
          <mxCell parent="1" style="ellipse;whiteSpace=wrap;html=1;aspect=fixed;fontFamily=Courier New;fontStyle=1" vertex="1">
            <mxGeometry height="80" width="80" x="240" y="640" as="geometry" />
          </mxCell>
        </object>
        <object label="" placeholders="1" type="std" id="wsM1szZGNflLg2N1G0hv-27">
          <mxCell edge="1" parent="1" source="wsM1szZGNflLg2N1G0hv-26" style="endArrow=block;html=1;rounded=0;fontFamily=Courier New;fontStyle=1;fontSize=12;endFill=1;entryX=1;entryY=0.5;entryDx=0;entryDy=0;exitX=0;exitY=0.5;exitDx=0;exitDy=0;" target="AhunuUh0luzD3hoNHjrG-21">
            <mxGeometry relative="1" as="geometry">
              <mxPoint x="330" y="350" as="sourcePoint" />
              <mxPoint x="422" y="442" as="targetPoint" />
            </mxGeometry>
          </mxCell>
        </object>
        <object label="%weight%" placeholders="1" weight="" id="wsM1szZGNflLg2N1G0hv-28">
          <mxCell connectable="0" parent="wsM1szZGNflLg2N1G0hv-27" style="edgeLabel;resizable=0;html=1;;align=center;verticalAlign=middle;labelBackgroundColor=none;fontFamily=Courier New;fontStyle=1;fontSize=12;" vertex="1">
            <mxGeometry relative="1" as="geometry">
              <mxPoint y="-10" as="offset" />
            </mxGeometry>
          </mxCell>
        </object>
        <object label="" placeholders="1" type="std" id="wsM1szZGNflLg2N1G0hv-29">
          <mxCell edge="1" parent="1" source="AhunuUh0luzD3hoNHjrG-21" style="endArrow=block;html=1;rounded=0;fontFamily=Courier New;fontStyle=1;fontSize=12;endFill=1;exitX=0.5;exitY=0;exitDx=0;exitDy=0;entryX=0.5;entryY=1;entryDx=0;entryDy=0;" target="AhunuUh0luzD3hoNHjrG-19">
            <mxGeometry relative="1" as="geometry">
              <mxPoint x="210" y="750" as="sourcePoint" />
              <mxPoint x="40" y="570" as="targetPoint" />
            </mxGeometry>
          </mxCell>
        </object>
        <object label="%weight%" placeholders="1" weight="" id="wsM1szZGNflLg2N1G0hv-30">
          <mxCell connectable="0" parent="wsM1szZGNflLg2N1G0hv-29" style="edgeLabel;resizable=0;html=1;;align=center;verticalAlign=middle;labelBackgroundColor=none;fontFamily=Courier New;fontStyle=1;fontSize=12;" vertex="1">
            <mxGeometry relative="1" as="geometry">
              <mxPoint y="-10" as="offset" />
            </mxGeometry>
          </mxCell>
        </object>
        <object label="" placeholders="1" type="std" id="wsM1szZGNflLg2N1G0hv-31">
          <mxCell edge="1" parent="1" source="AhunuUh0luzD3hoNHjrG-26" style="endArrow=block;html=1;rounded=0;fontFamily=Courier New;fontStyle=1;fontSize=12;endFill=1;entryX=0.5;entryY=1;entryDx=0;entryDy=0;exitX=0.5;exitY=1;exitDx=0;exitDy=0;edgeStyle=orthogonalEdgeStyle;" target="wsM1szZGNflLg2N1G0hv-26">
            <mxGeometry relative="1" as="geometry">
              <Array as="points">
                <mxPoint x="920" y="760" />
                <mxPoint x="280" y="760" />
              </Array>
              <mxPoint x="670" y="800" as="sourcePoint" />
              <mxPoint x="552" y="842" as="targetPoint" />
            </mxGeometry>
          </mxCell>
        </object>
        <object label="%weight%" placeholders="1" weight="" id="wsM1szZGNflLg2N1G0hv-32">
          <mxCell connectable="0" parent="wsM1szZGNflLg2N1G0hv-31" style="edgeLabel;resizable=0;html=1;;align=center;verticalAlign=middle;labelBackgroundColor=none;fontFamily=Courier New;fontStyle=1;fontSize=12;" vertex="1">
            <mxGeometry relative="1" as="geometry">
              <mxPoint y="-10" as="offset" />
            </mxGeometry>
          </mxCell>
        </object>
        <object label="" placeholders="1" type="std" id="wsM1szZGNflLg2N1G0hv-34">
          <mxCell edge="1" parent="1" source="AhunuUh0luzD3hoNHjrG-29" style="endArrow=block;html=1;rounded=0;fontFamily=Courier New;fontStyle=1;fontSize=12;endFill=1;exitX=1;exitY=0.5;exitDx=0;exitDy=0;entryX=0.5;entryY=1;entryDx=0;entryDy=0;edgeStyle=orthogonalEdgeStyle;" target="wsM1szZGNflLg2N1G0hv-26">
            <mxGeometry relative="1" as="geometry">
              <Array as="points">
                <mxPoint x="1040" y="520" />
                <mxPoint x="1040" y="760" />
                <mxPoint x="280" y="760" />
              </Array>
              <mxPoint x="1020" y="620" as="sourcePoint" />
              <mxPoint x="1112" y="712" as="targetPoint" />
            </mxGeometry>
          </mxCell>
        </object>
        <object label="%weight%" placeholders="1" weight="" id="wsM1szZGNflLg2N1G0hv-35">
          <mxCell connectable="0" parent="wsM1szZGNflLg2N1G0hv-34" style="edgeLabel;resizable=0;html=1;;align=center;verticalAlign=middle;labelBackgroundColor=none;fontFamily=Courier New;fontStyle=1;fontSize=12;" vertex="1">
            <mxGeometry relative="1" as="geometry">
              <mxPoint y="-10" as="offset" />
            </mxGeometry>
          </mxCell>
        </object>
        <object label="" placeholders="1" type="std" id="wsM1szZGNflLg2N1G0hv-36">
          <mxCell edge="1" parent="1" source="AhunuUh0luzD3hoNHjrG-25" style="endArrow=block;html=1;rounded=0;fontFamily=Courier New;fontStyle=1;fontSize=12;endFill=1;exitX=1;exitY=0.5;exitDx=0;exitDy=0;entryX=0.5;entryY=1;entryDx=0;entryDy=0;edgeStyle=orthogonalEdgeStyle;" target="wsM1szZGNflLg2N1G0hv-26">
            <mxGeometry relative="1" as="geometry">
              <Array as="points">
                <mxPoint x="1040" y="360" />
                <mxPoint x="1040" y="760" />
                <mxPoint x="280" y="760" />
              </Array>
              <mxPoint x="1030" y="550" as="sourcePoint" />
              <mxPoint x="1122" y="642" as="targetPoint" />
            </mxGeometry>
          </mxCell>
        </object>
        <object label="%weight%" placeholders="1" weight="" id="wsM1szZGNflLg2N1G0hv-37">
          <mxCell connectable="0" parent="wsM1szZGNflLg2N1G0hv-36" style="edgeLabel;resizable=0;html=1;;align=center;verticalAlign=middle;labelBackgroundColor=none;fontFamily=Courier New;fontStyle=1;fontSize=12;" vertex="1">
            <mxGeometry relative="1" as="geometry">
              <mxPoint y="-10" as="offset" />
            </mxGeometry>
          </mxCell>
        </object>
      </root>
    </mxGraphModel>
  </diagram>
</mxfile>
